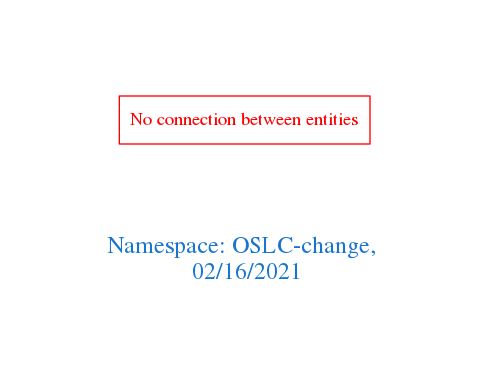
Before: downloads/OSLC-change.png, a diagram exported from Graphviz (arago/OGIT). Its source is kept beside it as downloads/OSLC-change.dot.
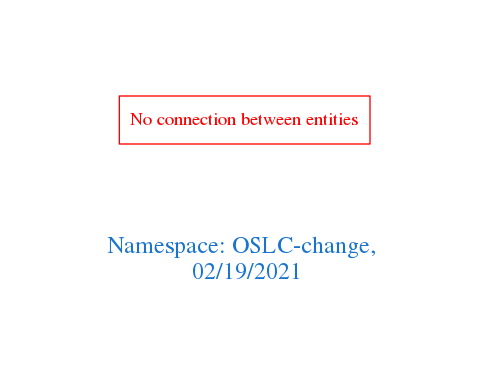
Later version of the same file.

What changed in the source:
```diff
@@ -1,7 +1,7 @@
 digraph OGIT_ontology {
  graph [ rankdir= LR,pad=1
 fontsize = 18,
-fontcolor= dodgerblue3,label = "\n\n\nNamespace: OSLC-change, \n 02/16/2021"];
+fontcolor= dodgerblue3,label = "\n\n\nNamespace: OSLC-change, \n 02/19/2021"];
 node[shape=polygon];
 edge [  color="gray81"];
 
```
